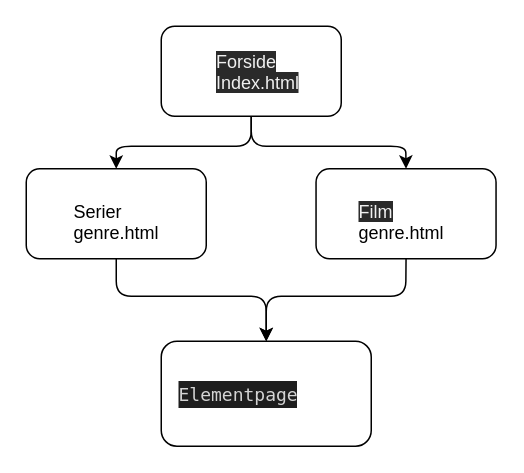
The draw.io diagram img/sitemap.drawio in nata3809/passionsite, before the edit. Source tidied: cells renumbered, new cells numbered last; positions are measured from the earlier drawing's top-left corner, leaving out a move shared by most shapes. Both pictures are drawn from the tidied source at 150%, with x=0, y=0 at pixel (26, 26).
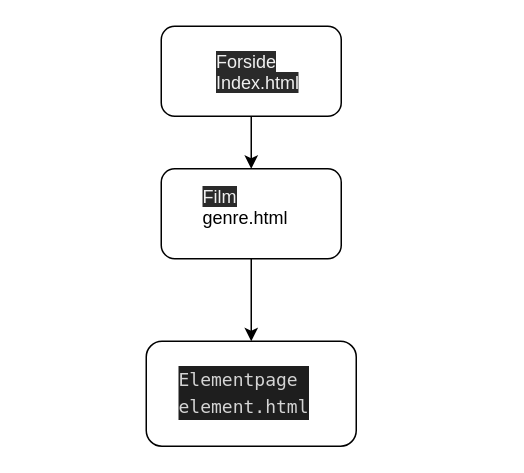
After the change.

Unchanged cells that the change refers to:
```xml
<mxCell id="2" style="rounded=1;whiteSpace=wrap;html=1;" parent="1" vertex="1">
  <mxGeometry x="90" width="120" height="60" as="geometry" />
</mxCell>
```

What changed in the source:
```diff
@@
-    <mxCell id="3" style="rounded=1;whiteSpace=wrap;html=1;" parent="1" vertex="1">
-      <mxGeometry y="95" width="120" height="60" as="geometry" />
-    </mxCell>
     <mxCell id="4" style="rounded=1;whiteSpace=wrap;html=1;" parent="1" vertex="1">
-      <mxGeometry x="193.2" y="95" width="120" height="60" as="geometry" />
+      <mxGeometry x="90" y="95" width="120" height="60" as="geometry" />
     </mxCell>
     <mxCell id="5" style="endArrow=classic;html=1;exitX=0.5;exitY=1;exitDx=0;exitDy=0;entryX=0.5;entryY=0;entryDx=0;entryDy=0;" parent="1" edge="1" source="2" target="4">
       <mxGeometry relative="1" as="geometry">
         <Array as="points">
           <mxPoint x="150" y="80" />
-          <mxPoint x="253" y="80" />
         </Array>
       </mxGeometry>
     </mxCell>
-    <mxCell id="6" style="endArrow=classic;html=1;exitX=0.5;exitY=1;exitDx=0;exitDy=0;entryX=0.5;entryY=0;entryDx=0;entryDy=0;" parent="1" edge="1" source="2" target="3">
-      <mxGeometry relative="1" as="geometry">
-        <Array as="points">
-          <mxPoint x="150" y="80" />
-          <mxPoint x="60" y="80" />
-        </Array>
-      </mxGeometry>
-    </mxCell>
@@
-    <mxCell id="8" value="&lt;font face=&quot;helvetica&quot;&gt;Serier genre.html&lt;/font&gt;" style="text;whiteSpace=wrap;html=1;" parent="1" vertex="1">
-      <mxGeometry x="30" y="110" width="35" height="30" as="geometry" />
-    </mxCell>
     <mxCell id="9" value="&lt;span style=&quot;color: rgb(240 , 240 , 240) ; font-family: &amp;quot;helvetica&amp;quot; ; font-size: 12px ; font-style: normal ; font-weight: 400 ; letter-spacing: normal ; text-align: left ; text-indent: 0px ; text-transform: none ; word-spacing: 0px ; background-color: rgb(42 , 42 , 42) ; display: inline ; float: none&quot;&gt;Film&lt;/span&gt;&lt;span style=&quot;font-family: helvetica;&quot;&gt;&amp;nbsp;&lt;br&gt;genre.html&lt;/span&gt;" style="text;whiteSpace=wrap;html=1;" parent="1" vertex="1">
-      <mxGeometry x="219.5" y="110" width="67.5" height="30" as="geometry" />
+      <mxGeometry x="116.2" y="100" width="67.5" height="30" as="geometry" />
     </mxCell>
     <mxCell id="10" style="rounded=1;whiteSpace=wrap;html=1;" parent="1" vertex="1">
-      <mxGeometry x="90" y="210" width="140" height="70" as="geometry" />
+      <mxGeometry x="80" y="210" width="140" height="70" as="geometry" />
     </mxCell>
-    <mxCell id="11" style="endArrow=classic;html=1;entryX=0.5;entryY=0;entryDx=0;entryDy=0;exitX=0.5;exitY=1;exitDx=0;exitDy=0;" parent="1" edge="1" source="3" target="10">
-      <mxGeometry relative="1" as="geometry">
-        <Array as="points">
-          <mxPoint x="60" y="180" />
-          <mxPoint x="160" y="180" />
-        </Array>
-      </mxGeometry>
-    </mxCell>
-    <mxCell id="12" value="&lt;div style=&quot;color: rgb(212 , 212 , 212) ; background-color: rgb(30 , 30 , 30) ; font-family: &amp;quot;menlo&amp;quot; , &amp;quot;monaco&amp;quot; , &amp;quot;courier new&amp;quot; , monospace ; font-weight: normal ; font-size: 12px ; line-height: 18px&quot;&gt;&lt;div&gt;&lt;span style=&quot;color: #d4d4d4&quot;&gt;Elementpage&lt;/span&gt;&lt;/div&gt;&lt;/div&gt;" style="text;whiteSpace=wrap;html=1;" parent="1" vertex="1">
-      <mxGeometry x="100" y="230" width="130" height="30" as="geometry" />
+    <mxCell id="12" value="&lt;div style=&quot;color: rgb(212 , 212 , 212) ; background-color: rgb(30 , 30 , 30) ; font-family: &amp;quot;menlo&amp;quot; , &amp;quot;monaco&amp;quot; , &amp;quot;courier new&amp;quot; , monospace ; font-weight: normal ; font-size: 12px ; line-height: 18px&quot;&gt;&lt;div&gt;&lt;span style=&quot;color: #d4d4d4&quot;&gt;Elementpage&lt;/span&gt;&lt;/div&gt;&lt;div&gt;&lt;span style=&quot;color: #d4d4d4&quot;&gt;element.html&lt;/span&gt;&lt;/div&gt;&lt;/div&gt;" style="text;whiteSpace=wrap;html=1;" parent="1" vertex="1">
+      <mxGeometry x="100" y="220" width="130" height="30" as="geometry" />
     </mxCell>
     <mxCell id="13" style="endArrow=classic;html=1;entryX=0.5;entryY=0;entryDx=0;entryDy=0;exitX=0.5;exitY=1;exitDx=0;exitDy=0;" parent="1" edge="1" source="4" target="10">
       <mxGeometry relative="1" as="geometry">
         <Array as="points">
-          <mxPoint x="253" y="180" />
-          <mxPoint x="160" y="180" />
+          <mxPoint x="150" y="170" />
         </Array>
       </mxGeometry>
     </mxCell>
```
